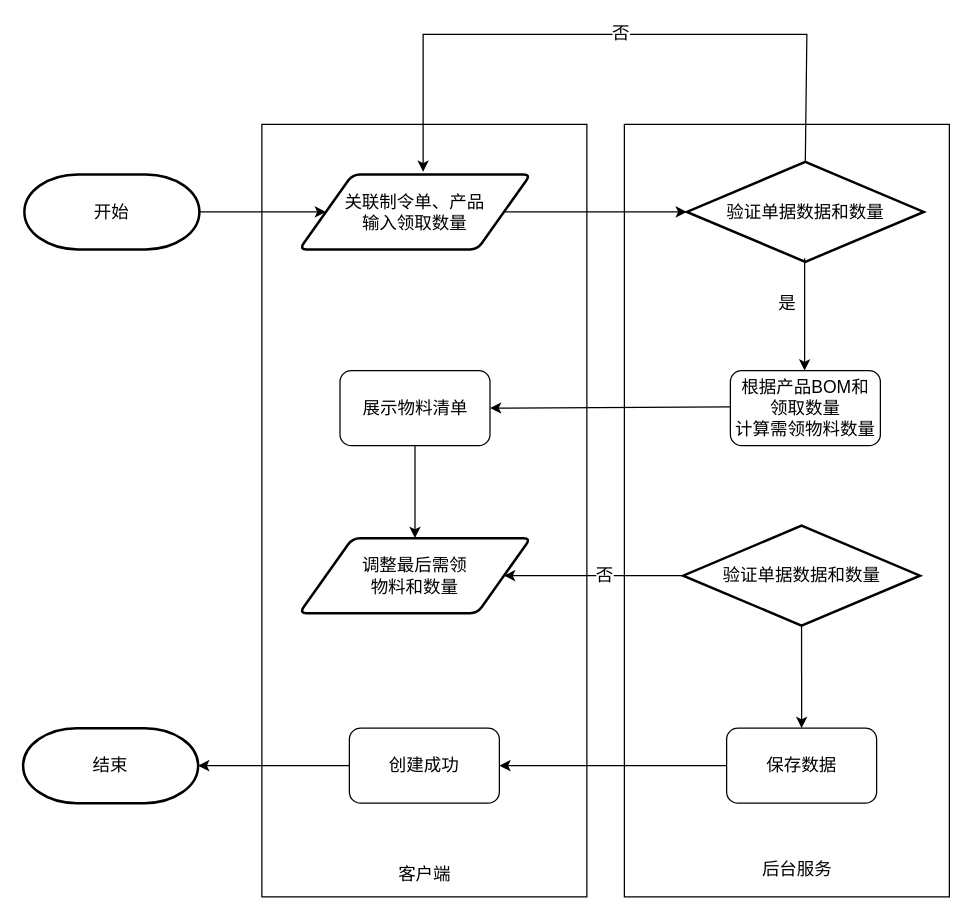
KNAI-I/test keeps this draw.io diagram as 领料单流程.drawio. Above is the earlier version. Source tidied: cells renumbered, new cells numbered last; positions are measured from the earlier drawing's top-left corner, leaving out a move shared by most shapes. Both pictures are drawn from the tidied source at 125%, with x=0, y=0 at pixel (22, 34).
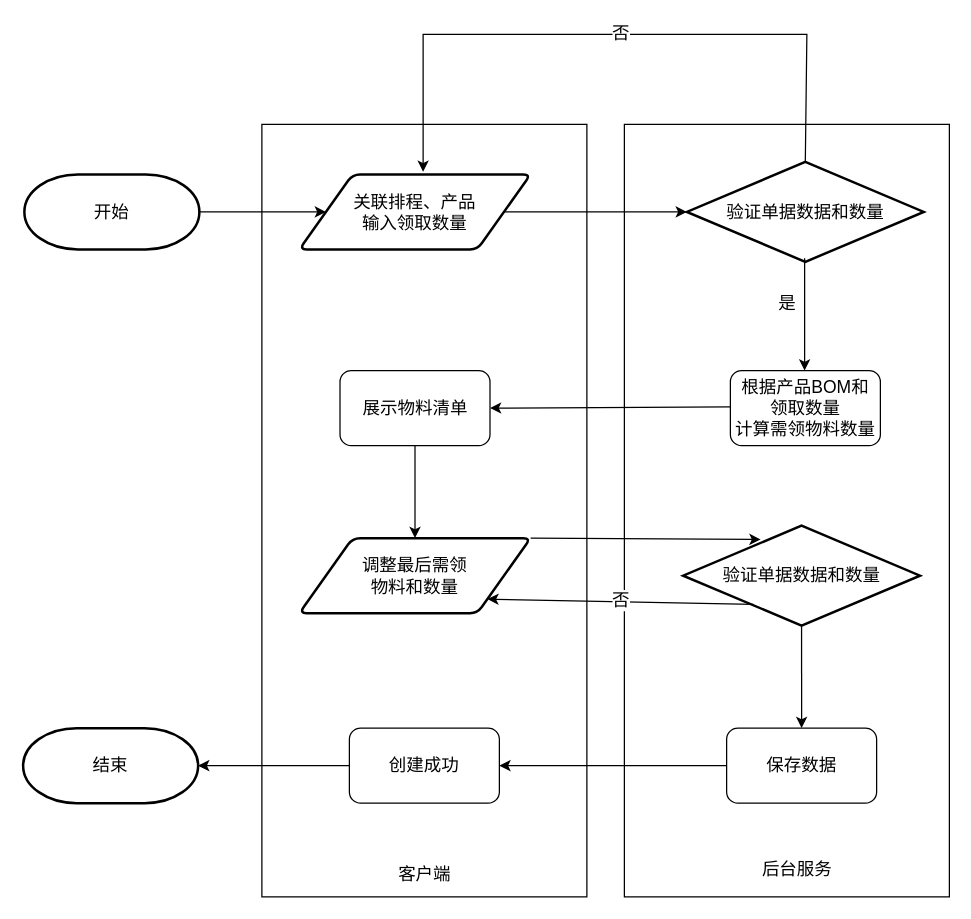
After the change.

Commit message:
更新领料单流程.drawio

The change refers to these unchanged cells:
```xml
<mxCell id="19" value="调整最后需领&lt;br&gt;物料和数量" style="shape=parallelogram;html=1;strokeWidth=2;perimeter=parallelogramPerimeter;whiteSpace=wrap;rounded=1;arcSize=12;size=0.23;fontSize=14;" parent="1" vertex="1">
  <mxGeometry x="221" y="403" width="185" height="60" as="geometry" />
</mxCell>
<mxCell id="21" value="验证单据数据和数量" style="strokeWidth=2;html=1;shape=mxgraph.flowchart.decision;whiteSpace=wrap;fontSize=14;" parent="1" vertex="1">
  <mxGeometry x="528" y="393" width="189.5" height="80" as="geometry" />
</mxCell>
```

Change to the diagram source:
```diff
@@
-    <mxCell id="5" value="关联制令单、产品&lt;br&gt;输入领取数量" style="shape=parallelogram;html=1;strokeWidth=2;perimeter=parallelogramPerimeter;whiteSpace=wrap;rounded=1;arcSize=12;size=0.23;fontSize=14;" parent="1" vertex="1">
+    <mxCell id="5" value="关联排程、产品&lt;br&gt;输入领取数量" style="shape=parallelogram;html=1;strokeWidth=2;perimeter=parallelogramPerimeter;whiteSpace=wrap;rounded=1;arcSize=12;size=0.23;fontSize=14;" parent="1" vertex="1">
       <mxGeometry x="221" y="112" width="185" height="60" as="geometry" />
     </mxCell>
@@
-    <mxCell id="22" style="endArrow=classic;html=1;rounded=0;fontSize=14;exitX=0;exitY=0.5;exitDx=0;exitDy=0;exitPerimeter=0;entryX=1;entryY=0.5;entryDx=0;entryDy=0;" parent="1" edge="1" source="21" target="19">
+    <mxCell id="22" style="endArrow=classic;html=1;rounded=0;fontSize=14;exitX=0.296;exitY=0.788;exitDx=0;exitDy=0;exitPerimeter=0;entryX=1;entryY=1;entryDx=0;entryDy=0;" parent="1" edge="1" source="21" target="19">
       <mxGeometry relative="1" as="geometry" />
     </mxCell>
@@
+    <mxCell id="29" style="endArrow=classic;html=1;rounded=0;fontSize=14;entryX=0.327;entryY=0.138;entryDx=0;entryDy=0;entryPerimeter=0;exitX=1;exitY=0;exitDx=0;exitDy=0;" parent="1" edge="1" source="19" target="21">
+      <mxGeometry relative="1" as="geometry" />
+    </mxCell>
```
